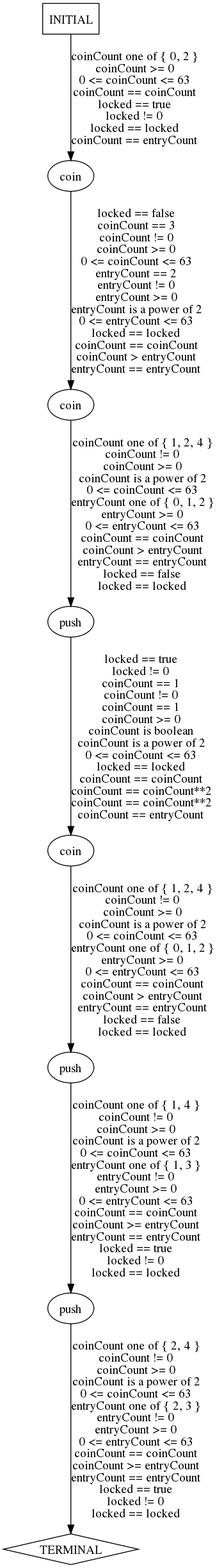
This is traces/abstract/turnstile-example/predicted-paths/turnstile-example-test13.dot.png from ModelInference/synoptic, a Graphviz export, as it was before one commit. Its source is kept beside it as traces/abstract/turnstile-example/predicted-paths/turnstile-example-test13.dot.
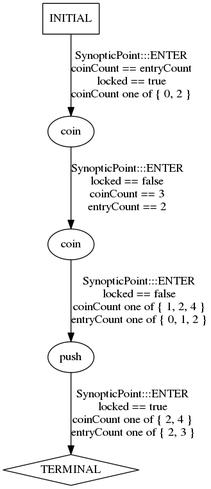
Later version of the same file.

Diff of the diagram source:
```diff
@@ -1,17 +1,11 @@
 digraph {
   0 [label="coin"];
   1 [label="coin"];
-  2 [label="coin"];
-  3 [label="push"];
-  4 [label="push"];
-  5 [label="push"];
-  6 [label="TERMINAL",shape=diamond];
-  7 [label="INITIAL",shape=box];
-0->1 [label="locked == false\ncoinCount == 3\ncoinCount != 0\ncoinCount >= 0\n0 <= coinCount <= 63\nentryCount == 2\nentryCount != 0\nentryCount >= 0\nentryCount is a power of 2\n0 <= entryCount <= 63\nlocked == locked\ncoinCount == coinCount\ncoinCount > entryCount\nentryCount == entryCount",];
-1->3 [label="coinCount one of { 1, 2, 4 }\ncoinCount != 0\ncoinCount >= 0\ncoinCount is a power of 2\n0 <= coinCount <= 63\nentryCount one of { 0, 1, 2 }\nentryCount >= 0\n0 <= entryCount <= 63\ncoinCount == coinCount\ncoinCount > entryCount\nentryCount == entryCount\nlocked == false\nlocked == locked",];
-2->4 [label="coinCount one of { 1, 2, 4 }\ncoinCount != 0\ncoinCount >= 0\ncoinCount is a power of 2\n0 <= coinCount <= 63\nentryCount one of { 0, 1, 2 }\nentryCount >= 0\n0 <= entryCount <= 63\ncoinCount == coinCount\ncoinCount > entryCount\nentryCount == entryCount\nlocked == false\nlocked == locked",];
-3->2 [label="locked == true\nlocked != 0\ncoinCount == 1\ncoinCount != 0\ncoinCount == 1\ncoinCount >= 0\ncoinCount is boolean\ncoinCount is a power of 2\n0 <= coinCount <= 63\nlocked == locked\ncoinCount == coinCount\ncoinCount == coinCount**2\ncoinCount == coinCount**2\ncoinCount == entryCount",];
-4->5 [label="coinCount one of { 1, 4 }\ncoinCount != 0\ncoinCount >= 0\ncoinCount is a power of 2\n0 <= coinCount <= 63\nentryCount one of { 1, 3 }\nentryCount != 0\nentryCount >= 0\n0 <= entryCount <= 63\ncoinCount == coinCount\ncoinCount >= entryCount\nentryCount == entryCount\nlocked == true\nlocked != 0\nlocked == locked",];
-5->6 [label="coinCount one of { 2, 4 }\ncoinCount != 0\ncoinCount >= 0\ncoinCount is a power of 2\n0 <= coinCount <= 63\nentryCount one of { 2, 3 }\nentryCount != 0\nentryCount >= 0\n0 <= entryCount <= 63\ncoinCount == coinCount\ncoinCount >= entryCount\nentryCount == entryCount\nlocked == true\nlocked != 0\nlocked == locked",];
-7->0 [label="coinCount one of { 0, 2 }\ncoinCount >= 0\n0 <= coinCount <= 63\ncoinCount == coinCount\nlocked == true\nlocked != 0\nlocked == locked\ncoinCount == entryCount",];
+  2 [label="push"];
+  3 [label="TERMINAL",shape=diamond];
+  4 [label="INITIAL",shape=box];
+0->1 [label="SynopticPoint:::ENTER\nlocked == false\ncoinCount == 3\nentryCount == 2\n",];
+1->2 [label="SynopticPoint:::ENTER\nlocked == false\ncoinCount one of { 1, 2, 4 }\nentryCount one of { 0, 1, 2 }\n",];
+2->3 [label="SynopticPoint:::ENTER\nlocked == true\ncoinCount one of { 2, 4 }\nentryCount one of { 2, 3 }\n",];
+4->0 [label="SynopticPoint:::ENTER\ncoinCount == entryCount\nlocked == true\ncoinCount one of { 0, 2 }\n",];
 } // digraph {
```
